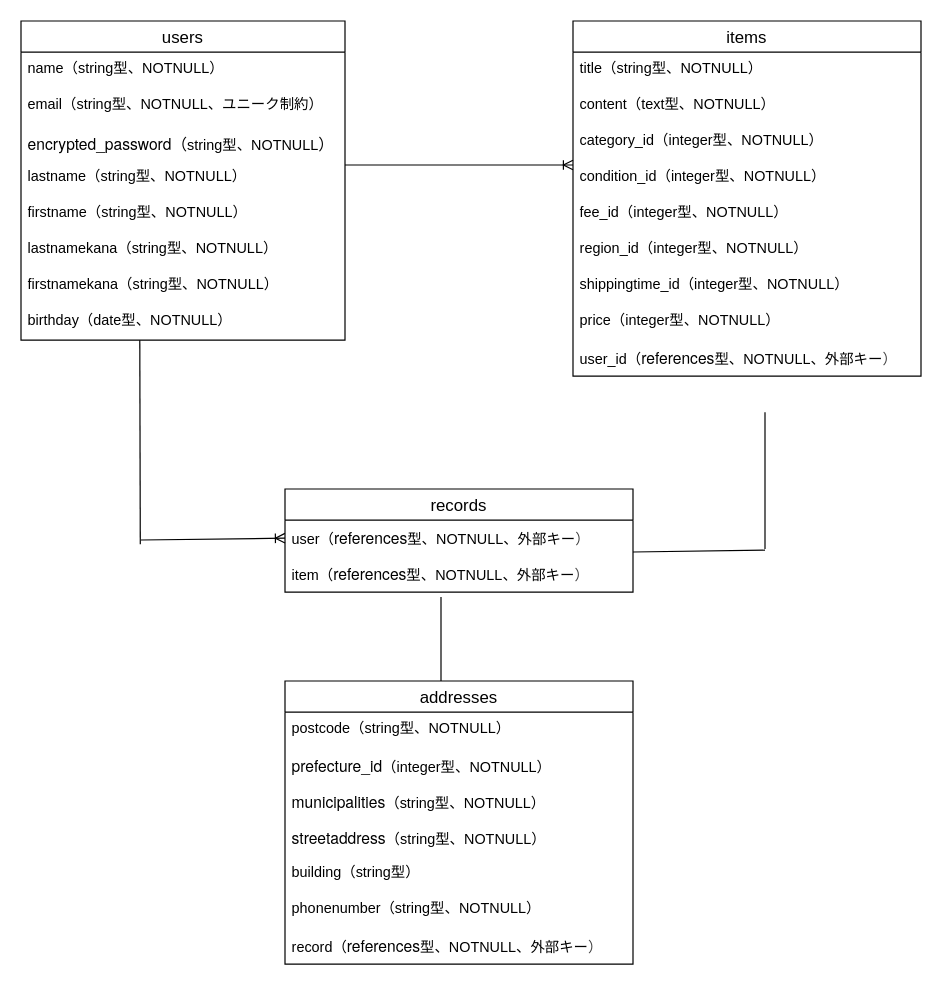
ibukiku0309/furima-46343 keeps this draw.io diagram as database.dio. Above is the earlier version. Source tidied: cells renumbered, new cells numbered last; positions are measured from the earlier drawing's top-left corner, leaving out a move shared by most shapes. Both pictures are drawn from the tidied source at 120%, with x=0, y=0 at pixel (20, 20).
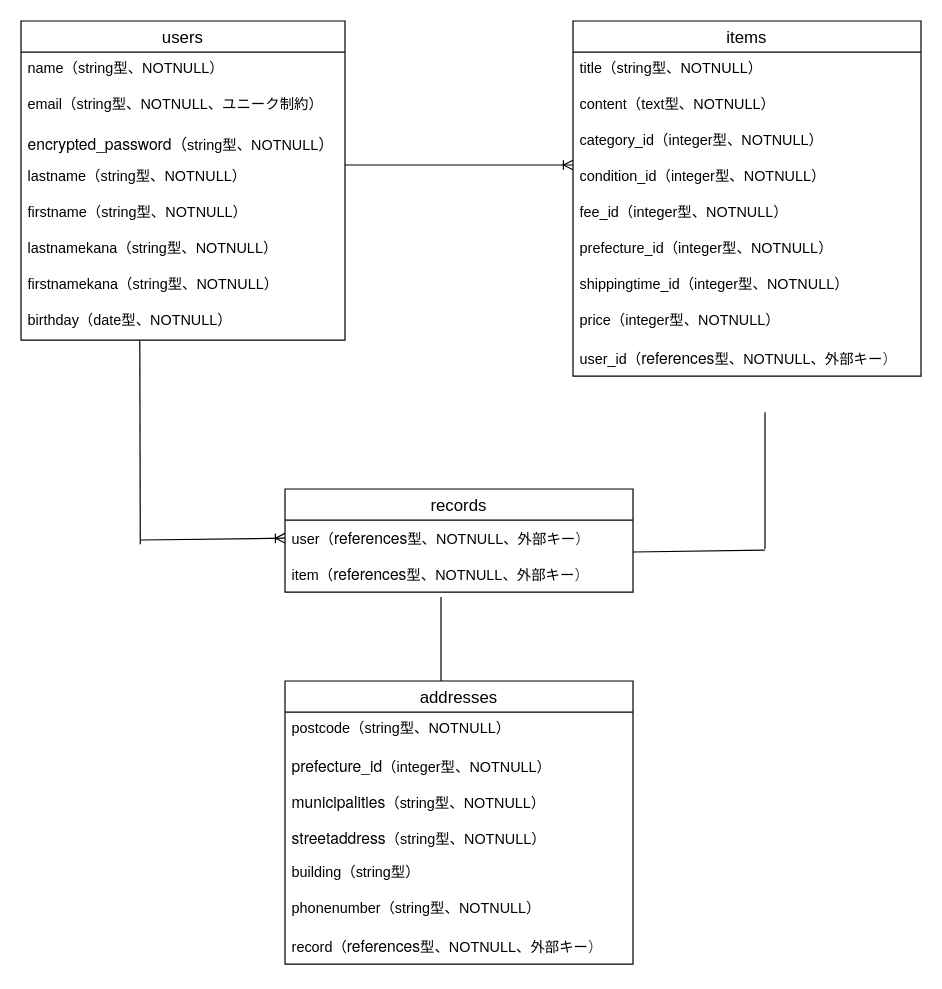
After the change.

Commit message (it also covers changes not shown here):
データベース設計4

Unchanged cells that the change refers to:
```xml
<mxCell id="11" value="items" style="swimlane;fontStyle=0;horizontal=1;startSize=26;align=center;fontSize=14;" parent="1" vertex="1">
  <mxGeometry x="460" width="290" height="296" as="geometry" />
</mxCell>
```

The edit, as a diff of the source:
```diff
@@
-    <mxCell id="17" value="region_id（&lt;span style=&quot;color: rgb(0, 0, 0);&quot;&gt;&lt;span style=&quot;color: rgb(0, 0, 0);&quot;&gt;integer&lt;/span&gt;&lt;span style=&quot;scrollbar-color: rgb(226, 226, 226) rgb(251, 251, 251); color: rgb(0, 0, 0);&quot;&gt;型&lt;/span&gt;、NOTNULL&lt;/span&gt;）" style="text;strokeColor=none;fillColor=none;spacingLeft=4;spacingRight=4;overflow=hidden;fontSize=12;whiteSpace=wrap;html=1;" parent="11" vertex="1">
+    <mxCell id="17" value="prefecture_id（&lt;span style=&quot;color: rgb(0, 0, 0);&quot;&gt;&lt;span style=&quot;color: rgb(0, 0, 0);&quot;&gt;integer&lt;/span&gt;&lt;span style=&quot;scrollbar-color: rgb(226, 226, 226) rgb(251, 251, 251); color: rgb(0, 0, 0);&quot;&gt;型&lt;/span&gt;、NOTNULL&lt;/span&gt;）" style="text;strokeColor=none;fillColor=none;spacingLeft=4;spacingRight=4;overflow=hidden;fontSize=12;whiteSpace=wrap;html=1;" parent="11" vertex="1">
       <mxGeometry y="176" width="290" height="30" as="geometry" />
     </mxCell>
```
